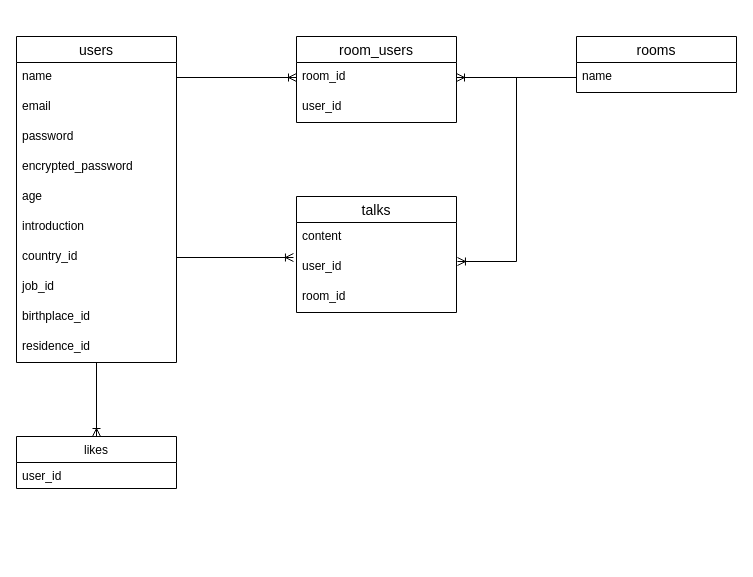
Before: test.dio in horitomoyuki/travelers, a draw.io diagram. Source tidied: cells renumbered, new cells numbered last; positions are measured from the earlier drawing's top-left corner, leaving out a move shared by most shapes. Both pictures are drawn from the tidied source at 100%, with x=0, y=0 at pixel (16, 36).
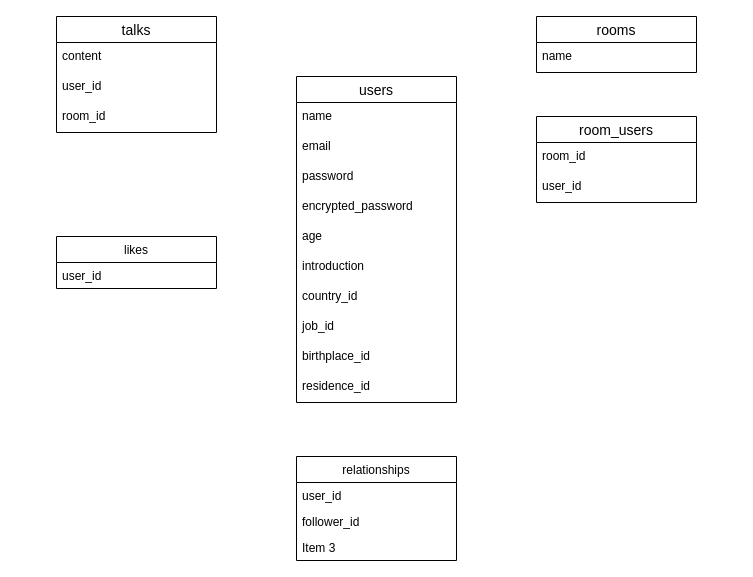
The same page after the edit.

The change refers to these unchanged cells:
```xml
<mxCell id="4" value="name" style="text;strokeColor=none;fillColor=none;spacingLeft=4;spacingRight=4;overflow=hidden;points=[[0,0.5],[1,0.5]];portConstraint=eastwest;fontSize=12;" parent="3" vertex="1">
  <mxGeometry y="26" width="160" height="30" as="geometry" />
</mxCell>
<mxCell id="10" value="country_id" style="text;strokeColor=none;fillColor=none;spacingLeft=4;spacingRight=4;overflow=hidden;points=[[0,0.5],[1,0.5]];portConstraint=eastwest;fontSize=12;" parent="3" vertex="1">
  <mxGeometry y="206" width="160" height="30" as="geometry" />
</mxCell>
<mxCell id="15" value="room_id" style="text;strokeColor=none;fillColor=none;spacingLeft=4;spacingRight=4;overflow=hidden;points=[[0,0.5],[1,0.5]];portConstraint=eastwest;fontSize=12;" parent="14" vertex="1">
  <mxGeometry y="26" width="160" height="30" as="geometry" />
</mxCell>
<mxCell id="18" value="name" style="text;strokeColor=none;fillColor=none;spacingLeft=4;spacingRight=4;overflow=hidden;points=[[0,0.5],[1,0.5]];portConstraint=eastwest;fontSize=12;" parent="17" vertex="1">
  <mxGeometry y="26" width="160" height="30" as="geometry" />
</mxCell>
<mxCell id="21" value="user_id" style="text;strokeColor=none;fillColor=none;spacingLeft=4;spacingRight=4;overflow=hidden;points=[[0,0.5],[1,0.5]];portConstraint=eastwest;fontSize=12;" parent="19" vertex="1">
  <mxGeometry y="56" width="160" height="30" as="geometry" />
</mxCell>
```

Diff of the diagram source:
```diff
@@
-    <mxCell id="2" style="edgeStyle=orthogonalEdgeStyle;rounded=0;jettySize=auto;html=1;endArrow=ERoneToMany;endFill=0;entryX=0.5;entryY=0;entryDx=0;entryDy=0;" parent="1" edge="1" source="3" target="27">
-      <mxGeometry relative="1" as="geometry" />
-    </mxCell>
     <mxCell id="3" value="users" style="swimlane;fontStyle=0;horizontal=1;startSize=26;align=center;fontSize=14;" parent="1" vertex="1">
-      <mxGeometry width="160" height="326" as="geometry" />
+      <mxGeometry x="280" y="40" width="160" height="326" as="geometry" />
     </mxCell>
@@
     <mxCell id="14" value="room_users" style="swimlane;fontStyle=0;horizontal=1;startSize=26;align=center;fontSize=14;" parent="1" vertex="1">
-      <mxGeometry x="280" width="160" height="86" as="geometry" />
+      <mxGeometry x="520" y="80" width="160" height="86" as="geometry" />
     </mxCell>
@@
     <mxCell id="17" value="rooms" style="swimlane;fontStyle=0;horizontal=1;startSize=26;align=center;fontSize=14;" parent="1" vertex="1">
-      <mxGeometry x="560" width="160" height="56" as="geometry" />
+      <mxGeometry x="520" y="-20" width="160" height="56" as="geometry" />
     </mxCell>
@@
     <mxCell id="19" value="talks" style="swimlane;fontStyle=0;horizontal=1;startSize=26;align=center;fontSize=14;" parent="1" vertex="1">
-      <mxGeometry x="280" y="160" width="160" height="116" as="geometry" />
+      <mxGeometry x="40" y="-20" width="160" height="116" as="geometry" />
     </mxCell>
@@
-    <mxCell id="23" style="edgeStyle=orthogonalEdgeStyle;rounded=0;jettySize=auto;html=1;entryX=1;entryY=0.5;entryDx=0;entryDy=0;endArrow=ERoneToMany;endFill=0;" parent="1" edge="1" source="18" target="15">
-      <mxGeometry relative="1" as="geometry" />
-    </mxCell>
-    <mxCell id="24" style="edgeStyle=orthogonalEdgeStyle;rounded=0;jettySize=auto;html=1;entryX=0;entryY=0.5;entryDx=0;entryDy=0;endArrow=ERoneToMany;endFill=0;" parent="1" edge="1" source="4" target="15">
-      <mxGeometry relative="1" as="geometry" />
-    </mxCell>
-    <mxCell id="25" style="edgeStyle=orthogonalEdgeStyle;rounded=0;jettySize=auto;html=1;exitX=1;exitY=0.5;exitDx=0;exitDy=0;entryX=-0.019;entryY=0.167;entryDx=0;entryDy=0;entryPerimeter=0;endArrow=ERoneToMany;endFill=0;" parent="1" edge="1" source="10" target="21">
-      <mxGeometry relative="1" as="geometry" />
-    </mxCell>
-    <mxCell id="26" style="edgeStyle=elbowEdgeStyle;rounded=0;jettySize=auto;html=1;entryX=1.006;entryY=0.3;entryDx=0;entryDy=0;endArrow=ERoneToMany;endFill=0;entryPerimeter=0;" parent="1" edge="1" source="18" target="21">
-      <mxGeometry relative="1" as="geometry" />
-    </mxCell>
     <mxCell id="27" value="likes" style="swimlane;fontStyle=0;horizontal=1;startSize=26;fillColor=none;" parent="1" vertex="1">
-      <mxGeometry y="400" width="160" height="52" as="geometry" />
+      <mxGeometry x="40" y="200" width="160" height="52" as="geometry" />
     </mxCell>
@@
+    <mxCell id="29" value="relationships" style="swimlane;fontStyle=0;horizontal=1;startSize=26;fillColor=none;" parent="1" vertex="1">
+      <mxGeometry x="280" y="420" width="160" height="104" as="geometry" />
+    </mxCell>
+    <mxCell id="30" value="user_id" style="text;strokeColor=none;fillColor=none;align=left;verticalAlign=top;spacingLeft=4;spacingRight=4;overflow=hidden;" parent="29" vertex="1">
+      <mxGeometry y="26" width="160" height="26" as="geometry" />
+    </mxCell>
+    <mxCell id="31" value="follower_id" style="text;strokeColor=none;fillColor=none;align=left;verticalAlign=top;spacingLeft=4;spacingRight=4;overflow=hidden;" parent="29" vertex="1">
+      <mxGeometry y="52" width="160" height="26" as="geometry" />
+    </mxCell>
+    <mxCell id="32" value="Item 3" style="text;strokeColor=none;fillColor=none;align=left;verticalAlign=top;spacingLeft=4;spacingRight=4;overflow=hidden;" parent="29" vertex="1">
+      <mxGeometry y="78" width="160" height="26" as="geometry" />
+    </mxCell>
```
